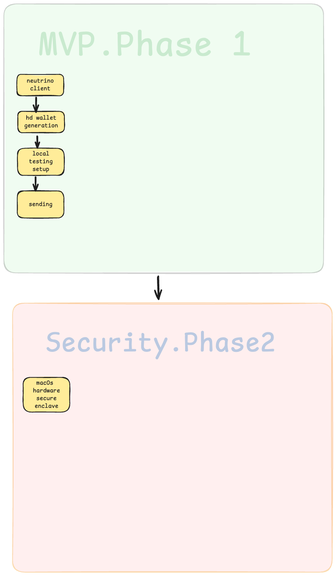
The Excalidraw diagram roadmap.excalidraw.png in satelliondao/satellion, before a commit. Source tidied: one line per element, renumbered; positions are measured from the earlier drawing's top-left corner, leaving out a move shared by most shapes.
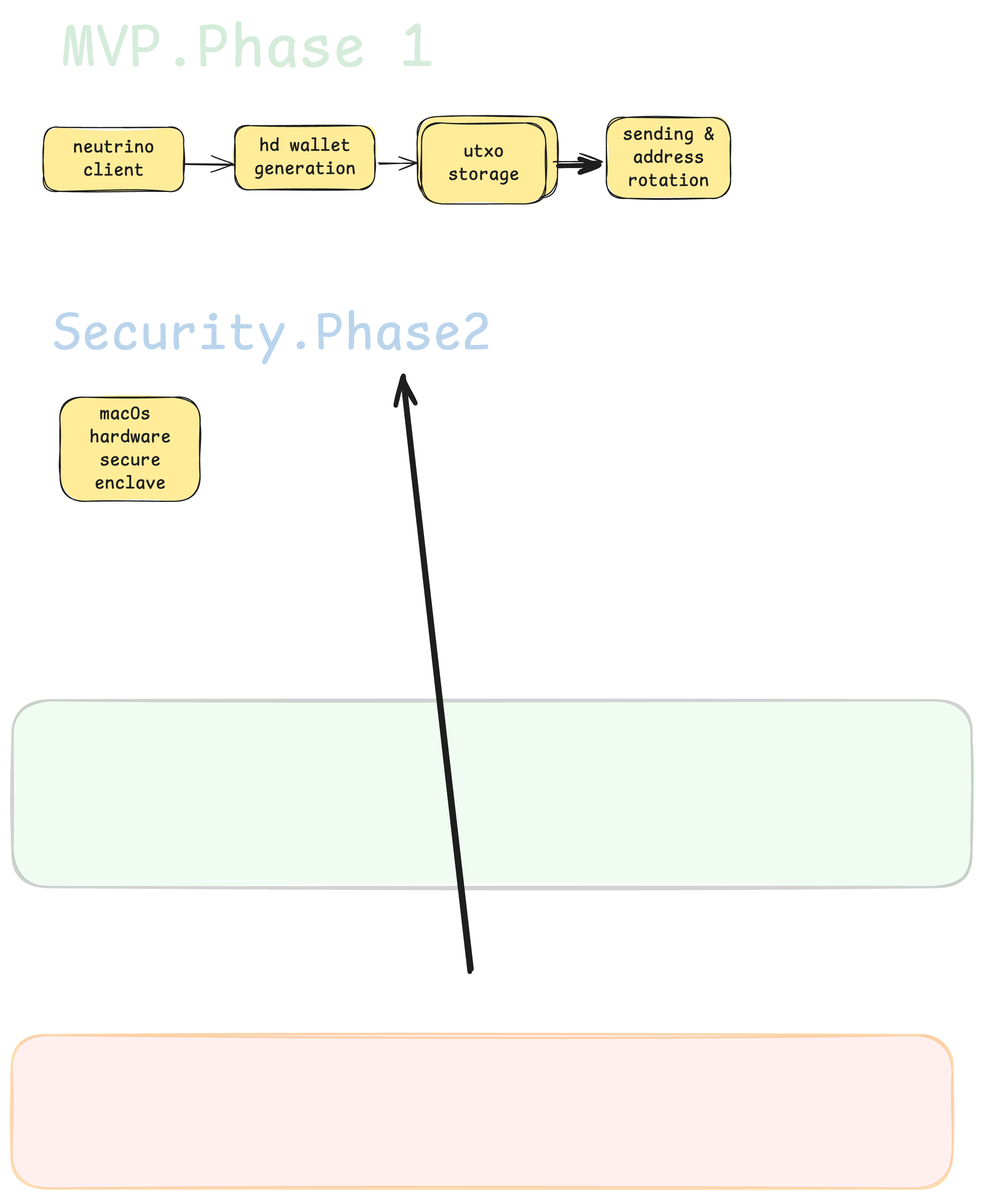
After the change.

The edit, as a diff of the source:
```diff
@@ -1,18 +1,15 @@
-{"id": 0, "type": "rectangle", "strokeColor": "#1e1e1e", "backgroundColor": "#b2f2bb", "fillStyle": "solid", "strokeWidth": 2, "roughness": 1, "opacity": 20, "round": true, "x": 0, "y": 0, "width": 829, "height": 697}
-{"id": 1, "type": "text", "text": "MVP.Phase 1", "strokeColor": "#2f9e44", "backgroundColor": "#b2f2bb", "fillStyle": "solid", "strokeWidth": 2, "roughness": 1, "opacity": 20, "fontSize": 91.24, "fontFamily": 8, "x": 89, "y": 53, "width": 552, "height": 114}
+{"id": 1, "type": "text", "text": "MVP.Phase 1", "strokeColor": "#2f9e44", "backgroundColor": "#b2f2bb", "fillStyle": "solid", "strokeWidth": 2, "roughness": 1, "opacity": 20, "fontSize": 53.21, "fontFamily": 8, "x": 42, "y": -61, "width": 322, "height": 67}
-{"id": 2, "type": "rectangle", "strokeColor": "#f08c00", "backgroundColor": "#ffc9c9", "fillStyle": "solid", "strokeWidth": 2, "roughness": 1, "opacity": 30, "round": true, "x": 22, "y": 776, "width": 829, "height": 697}
-{"id": 3, "type": "text", "text": "Security.Phase2", "strokeColor": "#1971c2", "backgroundColor": "#ffc9c9", "fillStyle": "solid", "strokeWidth": 2, "roughness": 1, "opacity": 30, "fontSize": 72.28, "fontFamily": 8, "x": 108, "y": 836, "width": 596, "height": 90}
+{"id": 3, "type": "text", "text": "Security.Phase2", "strokeColor": "#1971c2", "backgroundColor": "#ffc9c9", "fillStyle": "solid", "strokeWidth": 2, "roughness": 1, "opacity": 30, "fontSize": 46.0, "fontFamily": 8, "x": 34, "y": 191, "width": 379, "height": 57}
-{"id": 4, "type": "rectangle", "strokeColor": "#1e1e1e", "backgroundColor": "#ffec99", "fillStyle": "solid", "strokeWidth": 2, "roughness": 1, "round": true, "x": 34, "y": 183, "width": 121, "height": 55}
+{"id": 4, "type": "rectangle", "strokeColor": "#1e1e1e", "backgroundColor": "#ffec99", "fillStyle": "solid", "strokeWidth": 1, "roughness": 1, "round": true, "x": 27, "y": 39, "width": 121, "height": 55}
-{"id": 5, "type": "text", "text": "neutrino\nclient", "strokeColor": "#1e1e1e", "backgroundColor": "#b2f2bb", "fillStyle": "solid", "strokeWidth": 2, "roughness": 1, "fontSize": 16, "fontFamily": 8, "textAlign": "center", "verticalAlign": "middle", "inside": 4, "x": 59, "y": 190, "width": 70, "height": 40}
+{"id": 5, "type": "text", "text": "neutrino\nclient", "strokeColor": "#1e1e1e", "backgroundColor": "#b2f2bb", "fillStyle": "solid", "strokeWidth": 2, "roughness": 1, "fontSize": 16, "fontFamily": 8, "textAlign": "center", "verticalAlign": "middle", "inside": 4, "x": 52, "y": 47, "width": 70, "height": 40}
-{"id": 6, "type": "rectangle", "strokeColor": "#1e1e1e", "backgroundColor": "#ffec99", "fillStyle": "solid", "strokeWidth": 2, "roughness": 1, "round": true, "x": 36, "y": 279, "width": 121, "height": 55}
+{"id": 6, "type": "rectangle", "strokeColor": "#1e1e1e", "backgroundColor": "#ffec99", "fillStyle": "solid", "strokeWidth": 1, "roughness": 1, "round": true, "x": 192, "y": 38, "width": 121, "height": 55}
-{"id": 7, "type": "text", "text": "hd wallet\ngeneration", "strokeColor": "#1e1e1e", "backgroundColor": "#b2f2bb", "fillStyle": "solid", "strokeWidth": 2, "roughness": 1, "fontSize": 16, "fontFamily": 8, "textAlign": "center", "verticalAlign": "middle", "inside": 6, "x": 53, "y": 286, "width": 88, "height": 40}
+{"id": 7, "type": "text", "text": "hd wallet\ngeneration", "strokeColor": "#1e1e1e", "backgroundColor": "#b2f2bb", "fillStyle": "solid", "strokeWidth": 2, "roughness": 1, "fontSize": 16, "fontFamily": 8, "textAlign": "center", "verticalAlign": "middle", "inside": 6, "x": 209, "y": 46, "width": 88, "height": 40}
-{"id": 8, "type": "rectangle", "strokeColor": "#1e1e1e", "backgroundColor": "#ffec99", "fillStyle": "solid", "strokeWidth": 2, "roughness": 1, "round": true, "x": 35, "y": 374, "width": 121, "height": 70}
-{"id": 9, "type": "text", "text": "local\ntesting\nsetup", "strokeColor": "#1e1e1e", "backgroundColor": "#b2f2bb", "fillStyle": "solid", "strokeWidth": 2, "roughness": 1, "fontSize": 16, "fontFamily": 8, "textAlign": "center", "verticalAlign": "middle", "inside": 8, "x": 65, "y": 379, "width": 62, "height": 60}
-{"id": 10, "type": "rectangle", "strokeColor": "#1e1e1e", "backgroundColor": "#ffec99", "fillStyle": "solid", "strokeWidth": 2, "roughness": 1, "round": true, "x": 35, "y": 485, "width": 121, "height": 70}
+{"id": 10, "type": "rectangle", "strokeColor": "#1e1e1e", "backgroundColor": "#ffec99", "fillStyle": "solid", "strokeWidth": 1, "roughness": 1, "round": true, "x": 513, "y": 31, "width": 107, "height": 70}
-{"id": 11, "type": "text", "text": "sending", "strokeColor": "#1e1e1e", "backgroundColor": "#b2f2bb", "fillStyle": "solid", "strokeWidth": 2, "roughness": 1, "fontSize": 16, "fontFamily": 8, "textAlign": "center", "verticalAlign": "middle", "inside": 10, "x": 64, "y": 510, "width": 62, "height": 20}
+{"id": 11, "type": "text", "text": "sending &\naddress\nrotation", "strokeColor": "#1e1e1e", "backgroundColor": "#b2f2bb", "fillStyle": "solid", "strokeWidth": 2, "roughness": 1, "fontSize": 16, "fontFamily": 8, "textAlign": "center", "verticalAlign": "middle", "inside": 10, "x": 527, "y": 36, "width": 79, "height": 60}
+{"id": 18, "type": "rectangle", "strokeColor": "#1e1e1e", "backgroundColor": "#ffec99", "fillStyle": "solid", "strokeWidth": 1, "roughness": 1, "round": true, "x": 353, "y": 36, "width": 107, "height": 70}
+{"id": 19, "type": "text", "text": "utxo\nstorage", "strokeColor": "#1e1e1e", "backgroundColor": "#b2f2bb", "fillStyle": "solid", "strokeWidth": 2, "roughness": 1, "fontSize": 16, "fontFamily": 8, "textAlign": "center", "verticalAlign": "middle", "inside": 18, "x": 376, "y": 51, "width": 62, "height": 40}
-{"id": 12, "type": "rectangle", "strokeColor": "#1e1e1e", "backgroundColor": "#ffec99", "fillStyle": "solid", "strokeWidth": 2, "roughness": 1, "round": true, "x": 50, "y": 968, "width": 121, "height": 90}
+{"id": 12, "type": "rectangle", "strokeColor": "#1e1e1e", "backgroundColor": "#ffec99", "fillStyle": "solid", "strokeWidth": 1, "roughness": 1, "round": true, "x": 41, "y": 273, "width": 121, "height": 90}
-{"id": 13, "type": "text", "text": "macOs \nhardware\nsecure\nenclave", "strokeColor": "#1e1e1e", "backgroundColor": "#b2f2bb", "fillStyle": "solid", "strokeWidth": 2, "roughness": 1, "fontSize": 16, "fontFamily": 8, "textAlign": "center", "verticalAlign": "middle", "inside": 12, "x": 75, "y": 973, "width": 70, "height": 80}
+{"id": 13, "type": "text", "text": "macOs \nhardware\nsecure\nenclave", "strokeColor": "#1e1e1e", "backgroundColor": "#b2f2bb", "fillStyle": "solid", "strokeWidth": 2, "roughness": 1, "fontSize": 16, "fontFamily": 8, "textAlign": "center", "verticalAlign": "middle", "inside": 12, "x": 66, "y": 278, "width": 70, "height": 80}
-{"id": 14, "type": "arrow", "strokeColor": "#1e1e1e", "backgroundColor": "#ffc9c9", "fillStyle": "solid", "strokeWidth": 4, "roughness": 1, "endArrowhead": "arrow", "round": true, "from": 0, "to": 2, "x": 400, "y": 707, "width": 1, "height": 58, "points": [[0, 0], [1, 58]]}
-{"id": 15, "type": "arrow", "strokeColor": "#1e1e1e", "backgroundColor": "#ffc9c9", "fillStyle": "solid", "strokeWidth": 4, "roughness": 1, "endArrowhead": "arrow", "round": true, "from": 4, "to": 6, "x": 84, "y": 243, "width": 1, "height": 38, "points": [[0, 0], [-1, 38]]}
+{"id": 15, "type": "arrow", "strokeColor": "#1e1e1e", "backgroundColor": "#ffc9c9", "fillStyle": "solid", "strokeWidth": 1, "roughness": 1, "endArrowhead": "arrow", "round": true, "from": 4, "to": 6, "x": 149, "y": 72, "width": 42, "height": 0, "points": [[0, 0], [42, 0]]}
-{"id": 16, "type": "arrow", "strokeColor": "#1e1e1e", "backgroundColor": "#ffc9c9", "fillStyle": "solid", "strokeWidth": 4, "roughness": 1, "endArrowhead": "arrow", "round": true, "from": 6, "to": 8, "x": 86, "y": 343, "width": 0, "height": 30, "points": [[0, 0], [0, 30]]}
+{"id": 16, "type": "arrow", "strokeColor": "#1e1e1e", "backgroundColor": "#ffc9c9", "fillStyle": "solid", "strokeWidth": 1, "roughness": 1, "endArrowhead": "arrow", "round": true, "from": 6, "x": 316, "y": 71, "width": 33, "height": 0, "points": [[0, 0], [33, 0]]}
-{"id": 17, "type": "arrow", "strokeColor": "#1e1e1e", "backgroundColor": "#ffc9c9", "fillStyle": "solid", "strokeWidth": 4, "roughness": 1, "endArrowhead": "arrow", "round": true, "from": 8, "to": 10, "x": 82, "y": 449, "width": 0, "height": 36, "points": [[0, 0], [0, 36]]}
+{"id": 20, "type": "arrow", "strokeColor": "#1e1e1e", "strokeWidth": 1, "roughness": 1, "endArrowhead": "arrow", "round": true, "from": 18, "to": 10, "x": 467, "y": 69, "width": 42, "height": 0, "points": [[0, 0], [42, 0]]}
```
